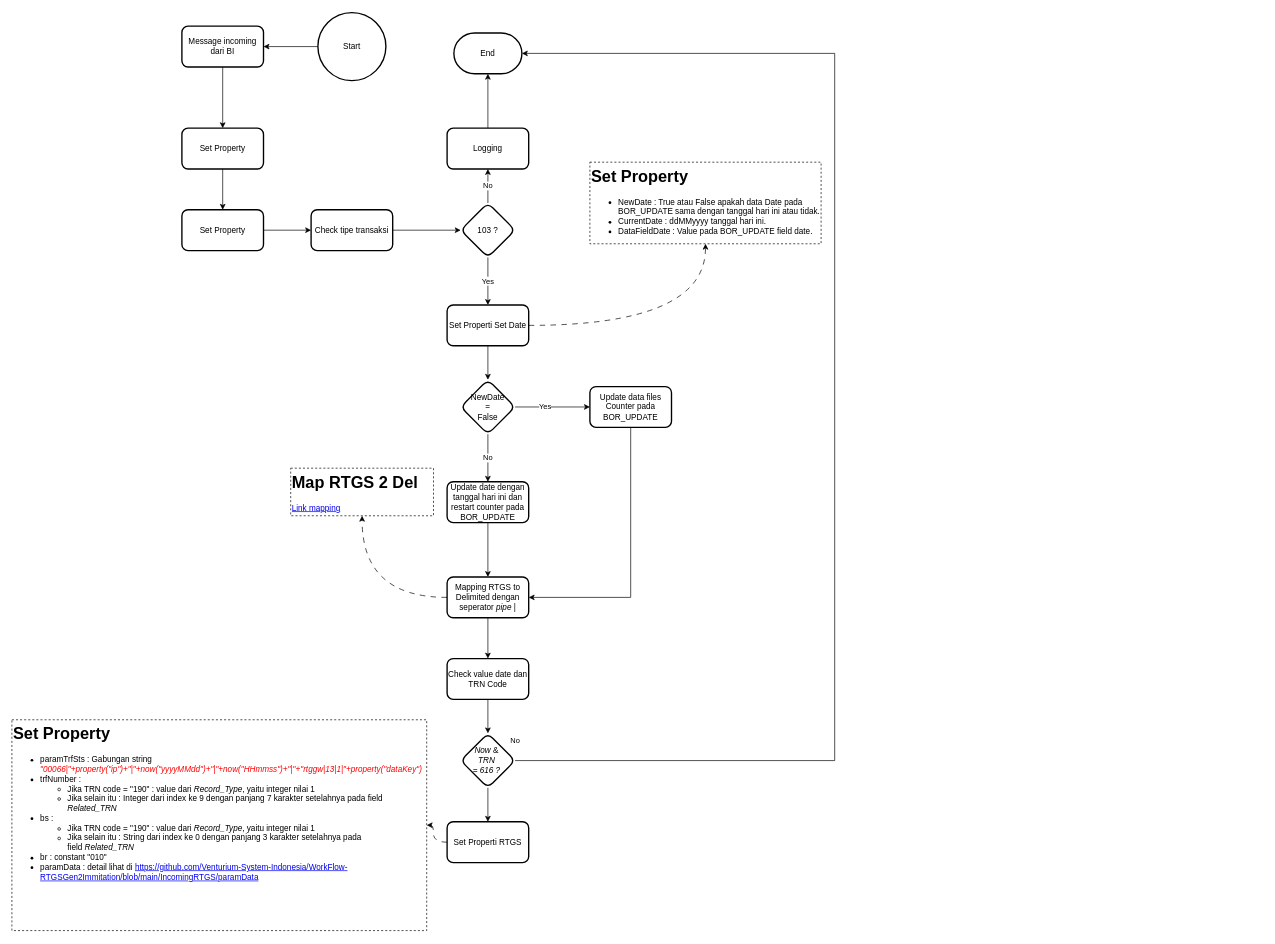
Earlier version of the draw.io diagram Untitled Diagram.drawio (Venturium-System-Indonesia/WorkFlow-RTGSGen2Immitation). Source tidied: cells renumbered, new cells numbered last; positions are measured from the earlier drawing's top-left corner, leaving out a move shared by most shapes. Both pictures are drawn from the tidied source at 68%, with x=0, y=0 at pixel (12, 12).
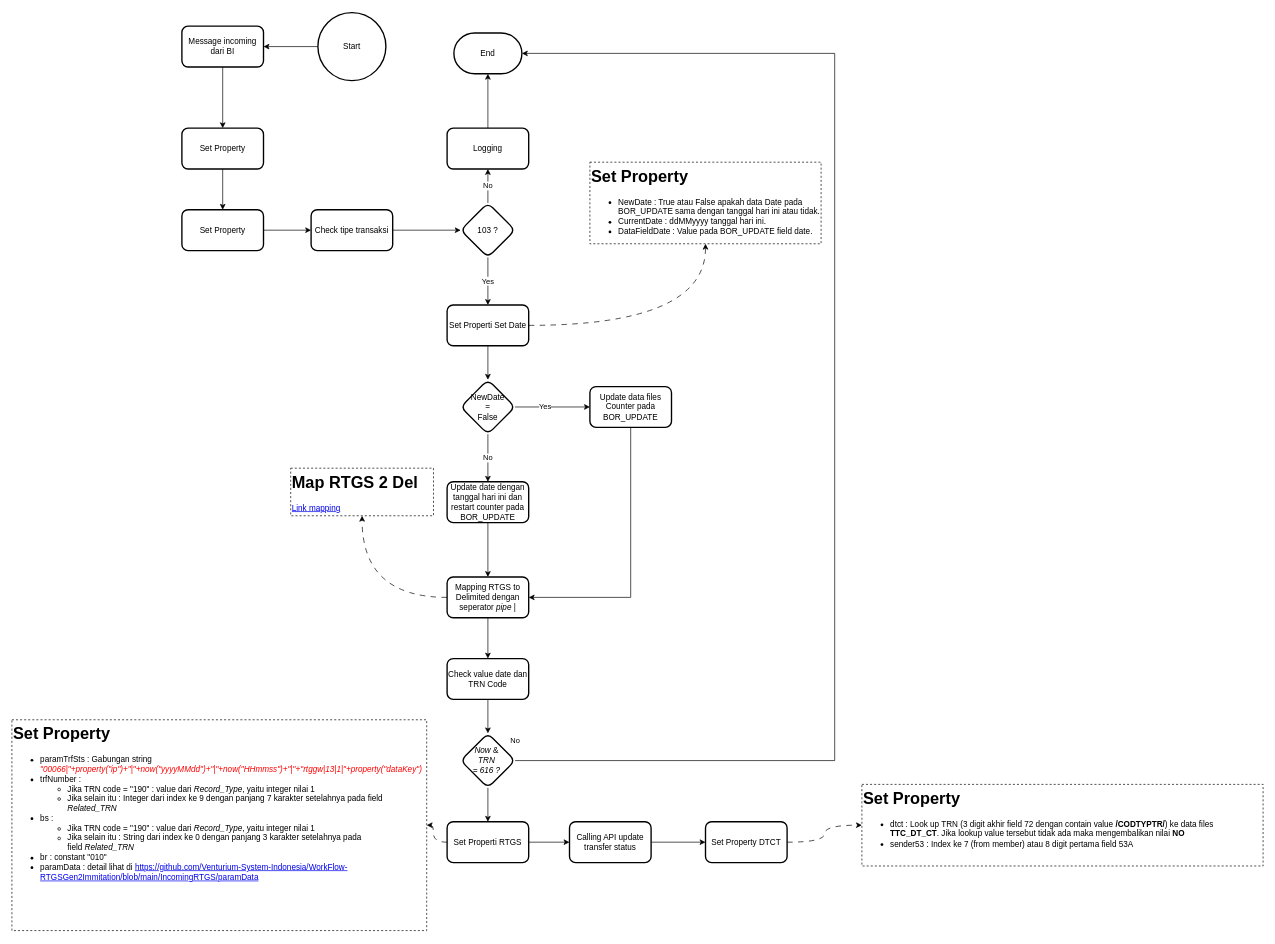
Above is the later version.

Commit message:
Update informasi set property dtct

The change refers to these unchanged cells:
```xml
<mxCell id="36" value="Set Properti RTGS" style="whiteSpace=wrap;html=1;rounded=1;strokeWidth=2;" parent="1" vertex="1">
  <mxGeometry x="640" y="1190" width="120" height="60" as="geometry" />
</mxCell>
```

Change to the diagram source:
```diff
@@
+    <mxCell id="42" style="edgeStyle=orthogonalEdgeStyle;rounded=0;jettySize=auto;html=1;" parent="1" edge="1" source="36" target="44">
+      <mxGeometry relative="1" as="geometry" />
+    </mxCell>
@@
+    <mxCell id="43" style="edgeStyle=orthogonalEdgeStyle;rounded=0;jettySize=auto;html=1;" parent="1" edge="1" source="44" target="46">
+      <mxGeometry relative="1" as="geometry" />
+    </mxCell>
+    <mxCell id="44" value="Calling API update transfer status" style="whiteSpace=wrap;html=1;rounded=1;strokeWidth=2;" parent="1" vertex="1">
+      <mxGeometry x="820" y="1190" width="120" height="60" as="geometry" />
+    </mxCell>
+    <mxCell id="45" style="edgeStyle=orthogonalEdgeStyle;rounded=0;jettySize=auto;html=1;curved=1;dashed=1;dashPattern=8 8;" parent="1" edge="1" source="46" target="47">
+      <mxGeometry relative="1" as="geometry" />
+    </mxCell>
+    <mxCell id="46" value="Set Property DTCT" style="whiteSpace=wrap;html=1;rounded=1;strokeWidth=2;" parent="1" vertex="1">
+      <mxGeometry x="1020" y="1190" width="120" height="60" as="geometry" />
+    </mxCell>
+    <mxCell id="47" value="&lt;h1 style=&quot;margin-top: 0px;&quot;&gt;Set Property&lt;/h1&gt;&lt;p&gt;&lt;/p&gt;&lt;ul&gt;&lt;li&gt;dtct : Look up TRN (3 digit akhir field 72 dengan contain value &lt;b&gt;/CODTYPTR/&lt;/b&gt;)&lt;b&gt;&amp;nbsp;&lt;/b&gt;ke data files &lt;b&gt;TTC_DT_CT&lt;/b&gt;.&lt;b&gt; &lt;/b&gt;Jika lookup value tersebut tidak ada maka mengembalikan nilai &lt;b&gt;NO&lt;/b&gt;&lt;/li&gt;&lt;li&gt;sender53 : Index ke 7 (from member) atau 8 digit pertama field 53A&lt;/li&gt;&lt;/ul&gt;&lt;p&gt;&lt;/p&gt;" style="text;html=1;whiteSpace=wrap;overflow=hidden;rounded=0;dashed=1;strokeColor=default;" parent="1" vertex="1">
+      <mxGeometry x="1250" y="1135" width="590" height="120" as="geometry" />
+    </mxCell>
```
